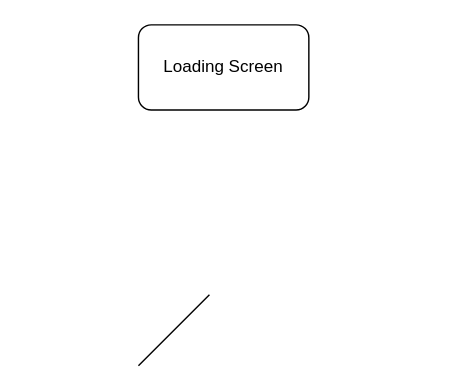
Above: TFA.drawio in gyioutanis/diagrams (draw.io), before the change. Source tidied: cells renumbered, new cells numbered last; positions are measured from the earlier drawing's top-left corner, leaving out a move shared by most shapes. Both pictures are drawn from the tidied source at 142%, with x=0, y=0 at pixel (138, 24).
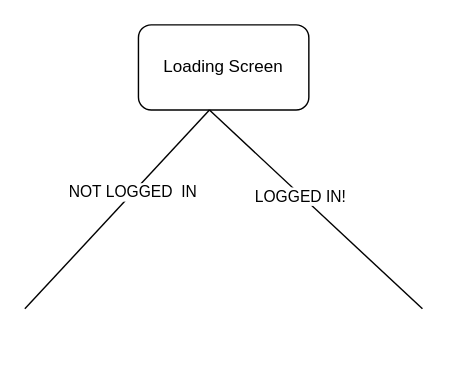
After the change.

Change to the diagram source:
```diff
@@
 <mxGraphModel>
   <root>
     <mxCell id="0" />
     <mxCell id="1" parent="0" />
     <mxCell id="2" value="Loading Screen" style="rounded=1;whiteSpace=wrap;html=1;" parent="1" vertex="1">
       <mxGeometry width="120" height="60" as="geometry" />
     </mxCell>
     <mxCell id="3" style="endArrow=none;html=1;rounded=0;" parent="1" edge="1">
       <mxGeometry relative="1" as="geometry">
-        <mxPoint y="240" as="sourcePoint" />
-        <mxPoint x="50" y="190" as="targetPoint" />
+        <mxPoint x="-80" y="200" as="sourcePoint" />
+        <mxPoint x="50" y="60" as="targetPoint" />
       </mxGeometry>
     </mxCell>
+    <mxCell id="4" value="NOT LOGGED&amp;nbsp; IN" style="edgeLabel;html=1;align=center;verticalAlign=middle;" parent="3" vertex="1">
+      <mxGeometry x="0.16" y="2" relative="1" as="geometry">
+        <mxPoint x="1" as="offset" />
+      </mxGeometry>
+    </mxCell>
+    <mxCell id="5" style="endArrow=none;html=1;rounded=0;" parent="1" edge="1">
+      <mxGeometry relative="1" as="geometry">
+        <mxPoint x="200" y="200" as="sourcePoint" />
+        <mxPoint x="50" y="60" as="targetPoint" />
+      </mxGeometry>
+    </mxCell>
+    <mxCell id="6" value="LOGGED IN!" style="edgeLabel;html=1;align=center;verticalAlign=middle;" parent="5" vertex="1">
+      <mxGeometry x="0.15" y="2" relative="1" as="geometry">
+        <mxPoint x="1" as="offset" />
+      </mxGeometry>
+    </mxCell>
   </root>
 </mxGraphModel>
```
